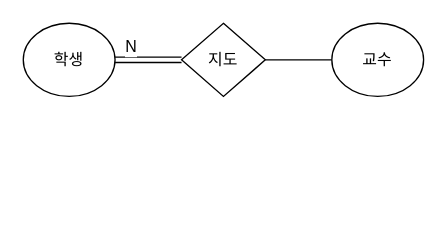
This is 학생-교수 피터첸 erd.drawio from hunnypooh/drawio, a draw.io file, before an edit. Source tidied: cells renumbered, new cells numbered last; positions are measured from the earlier drawing's top-left corner, leaving out a move shared by most shapes. Both pictures are drawn from the tidied source at 133%, with x=0, y=0 at pixel (23, 23).
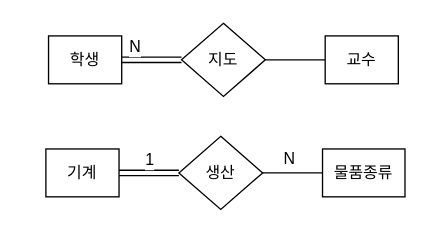
After the change.

Commit message:
학생-교수 피터첸 erd.drawio 업데이트

Change to the diagram source:
```diff
@@
 <mxGraphModel>
   <root>
     <mxCell id="0" />
     <mxCell id="1" parent="0" />
-    <mxCell id="2" style="edgeStyle=none;curved=1;rounded=0;jettySize=auto;html=1;fontSize=12;endArrow=none;startFill=0;shape=link;" parent="1" edge="1" source="4" target="5">
+    <mxCell id="2" style="edgeStyle=none;curved=1;rounded=0;jettySize=auto;html=1;fontSize=12;endArrow=none;startFill=0;shape=link;exitX=1;exitY=0.5;exitDx=0;exitDy=0;" parent="1" edge="1" source="4" target="5">
       <mxGeometry relative="1" as="geometry" />
     </mxCell>
     <mxCell id="3" value="N" style="edgeLabel;html=1;align=center;verticalAlign=middle;fontSize=12;" parent="2" vertex="1">
       <mxGeometry x="-0.41" y="2" relative="1" as="geometry">
         <mxPoint x="-4" y="-8" as="offset" />
       </mxGeometry>
     </mxCell>
-    <mxCell id="4" value="학생" style="ellipse;whiteSpace=wrap;html=1;" parent="1" vertex="1">
-      <mxGeometry width="69" height="55" as="geometry" />
-    </mxCell>
     <mxCell id="5" value="지도" style="rhombus;whiteSpace=wrap;html=1;" parent="1" vertex="1">
       <mxGeometry x="119" width="63" height="55" as="geometry" />
     </mxCell>
-    <mxCell id="6" style="edgeStyle=none;curved=1;rounded=0;jettySize=auto;html=1;fontSize=12;endArrow=none;startFill=0;" parent="1" edge="1" source="7" target="5">
+    <mxCell id="6" style="edgeStyle=none;curved=1;rounded=0;jettySize=auto;html=1;fontSize=12;endArrow=none;startFill=0;exitX=0;exitY=0.5;exitDx=0;exitDy=0;" parent="1" edge="1" source="7" target="5">
       <mxGeometry relative="1" as="geometry" />
     </mxCell>
+    <mxCell id="4" value="학생" style="rounded=0;whiteSpace=wrap;html=1;" parent="1" vertex="1">
+      <mxGeometry x="19" y="9.5" width="55" height="36" as="geometry" />
+    </mxCell>
-    <mxCell id="7" value="교수" style="ellipse;whiteSpace=wrap;html=1;" parent="1" vertex="1">
-      <mxGeometry x="232" width="69" height="55" as="geometry" />
+    <mxCell id="7" value="교수" style="rounded=0;whiteSpace=wrap;html=1;" parent="1" vertex="1">
+      <mxGeometry x="227" y="9.5" width="55" height="36" as="geometry" />
     </mxCell>
+    <mxCell id="8" style="edgeStyle=none;curved=1;rounded=0;jettySize=auto;html=1;fontSize=12;endArrow=none;startFill=0;shape=link;exitX=1;exitY=0.5;exitDx=0;exitDy=0;" parent="1" edge="1" source="13" target="10">
+      <mxGeometry relative="1" as="geometry" />
+    </mxCell>
+    <mxCell id="9" value="1" style="edgeLabel;html=1;align=center;verticalAlign=middle;fontSize=12;" parent="8" vertex="1">
+      <mxGeometry x="-0.41" y="2" relative="1" as="geometry">
+        <mxPoint x="9" y="-8" as="offset" />
+      </mxGeometry>
+    </mxCell>
+    <mxCell id="10" value="생산" style="rhombus;whiteSpace=wrap;html=1;" parent="1" vertex="1">
+      <mxGeometry x="117" y="85" width="63" height="55" as="geometry" />
+    </mxCell>
+    <mxCell id="11" style="edgeStyle=none;curved=1;rounded=0;jettySize=auto;html=1;fontSize=12;endArrow=none;startFill=0;exitX=0;exitY=0.5;exitDx=0;exitDy=0;" parent="1" edge="1" source="14" target="10">
+      <mxGeometry relative="1" as="geometry" />
+    </mxCell>
+    <mxCell id="12" value="N" style="edgeLabel;html=1;align=center;verticalAlign=middle;fontSize=12;" parent="11" vertex="1">
+      <mxGeometry x="0.2" y="-3" relative="1" as="geometry">
+        <mxPoint x="1" y="-8" as="offset" />
+      </mxGeometry>
+    </mxCell>
+    <mxCell id="13" value="기계" style="rounded=0;whiteSpace=wrap;html=1;" parent="1" vertex="1">
+      <mxGeometry x="17" y="94.5" width="55" height="36" as="geometry" />
+    </mxCell>
+    <mxCell id="14" value="물품종류" style="rounded=0;whiteSpace=wrap;html=1;" parent="1" vertex="1">
+      <mxGeometry x="225" y="94.5" width="62" height="36" as="geometry" />
+    </mxCell>
   </root>
 </mxGraphModel>
```
